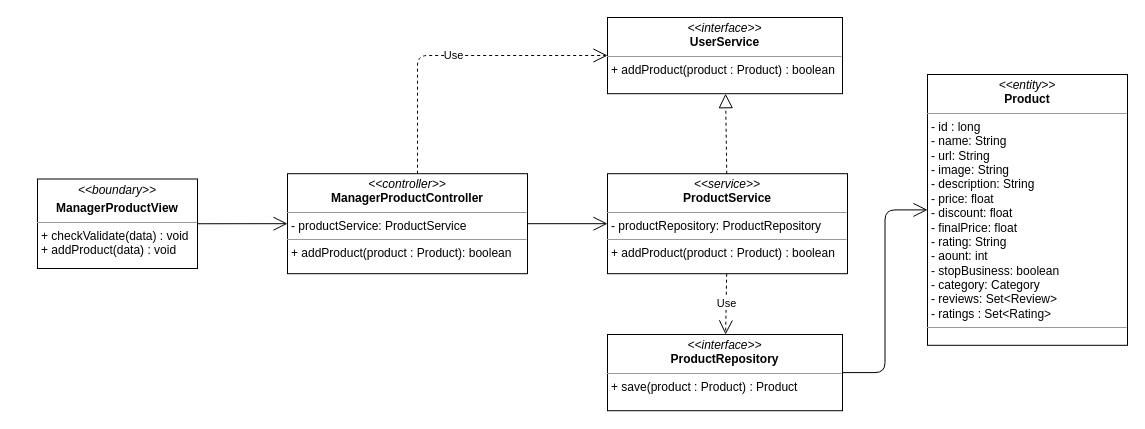
nguyenphamvan/datn_20202 keeps this draw.io diagram as class diagram/manager-add-product-class-diagram.drawio. Above is the earlier version. Source tidied: cells renumbered, new cells numbered last; positions are measured from the earlier drawing's top-left corner, leaving out a move shared by most shapes. Both pictures are drawn from the tidied source at 100%, with x=0, y=0 at pixel (37, 17).
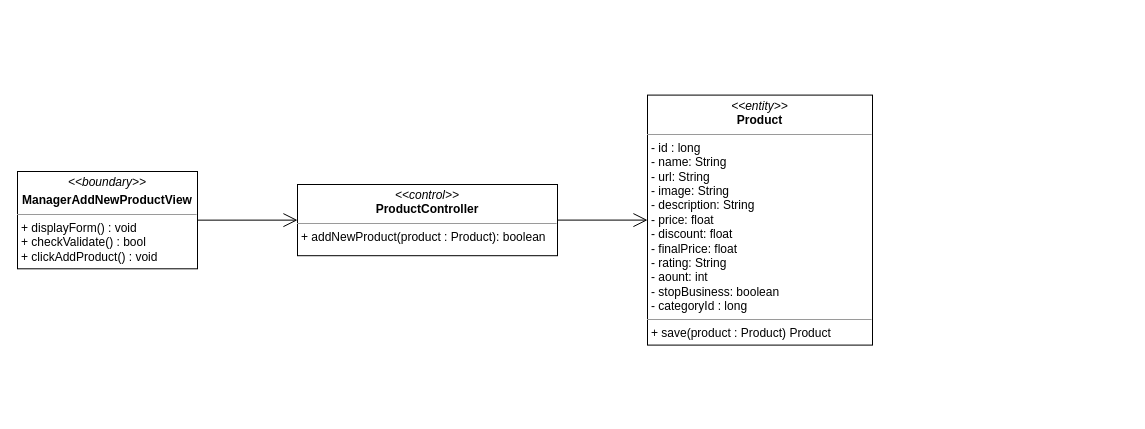
After the change.

What changed in the source:
```diff
@@
 <mxGraphModel>
   <root>
     <mxCell id="0" />
     <mxCell id="1" parent="0" />
-    <mxCell id="2" value="&lt;p style=&quot;margin: 0px ; margin-top: 4px ; text-align: center&quot;&gt;&lt;i&gt;&amp;lt;&amp;lt;boundary&amp;gt;&amp;gt;&lt;/i&gt;&lt;/p&gt;&lt;p style=&quot;margin: 0px ; margin-top: 4px ; text-align: center&quot;&gt;&lt;b&gt;ManagerProductView&lt;/b&gt;&lt;/p&gt;&lt;hr size=&quot;1&quot;&gt;&lt;p style=&quot;margin: 0px ; margin-left: 4px&quot;&gt;&lt;span&gt;+ checkValidate(data) : void&lt;/span&gt;&lt;/p&gt;&lt;p style=&quot;margin: 0px ; margin-left: 4px&quot;&gt;&lt;span&gt;+ addProduct(data) : void&lt;/span&gt;&lt;br&gt;&lt;/p&gt;" style="verticalAlign=top;align=left;overflow=fill;fontSize=12;fontFamily=Helvetica;html=1;" parent="1" vertex="1">
-      <mxGeometry y="161.5" width="160" height="89.5" as="geometry" />
-    </mxCell>
-    <mxCell id="3" style="endArrow=open;endFill=1;endSize=12;html=1;entryX=0;entryY=0.5;entryDx=0;entryDy=0;exitX=1;exitY=0.5;exitDx=0;exitDy=0;" parent="1" edge="1" source="2" target="7">
-      <mxGeometry relative="1" as="geometry" />
-    </mxCell>
-    <mxCell id="4" style="endArrow=open;endFill=1;endSize=12;html=1;exitX=1;exitY=0.5;exitDx=0;exitDy=0;edgeStyle=orthogonalEdgeStyle;" parent="1" edge="1" source="5" target="13">
-      <mxGeometry relative="1" as="geometry" />
-    </mxCell>
-    <mxCell id="5" value="&lt;p style=&quot;margin: 0px ; margin-top: 4px ; text-align: center&quot;&gt;&lt;i&gt;&amp;lt;&amp;lt;interface&amp;gt;&amp;gt;&lt;/i&gt;&lt;br&gt;&lt;b&gt;ProductRepository&lt;/b&gt;&lt;/p&gt;&lt;hr size=&quot;1&quot;&gt;&lt;p style=&quot;margin: 0px ; margin-left: 4px&quot;&gt;+ save(product : Product) : Product&lt;/p&gt;" style="verticalAlign=top;align=left;overflow=fill;fontSize=12;fontFamily=Helvetica;html=1;" parent="1" vertex="1">
-      <mxGeometry x="570" y="317" width="235" height="76.2" as="geometry" />
-    </mxCell>
-    <mxCell id="6" value="&lt;p style=&quot;margin: 0px ; margin-top: 4px ; text-align: center&quot;&gt;&lt;i&gt;&amp;lt;&amp;lt;interface&amp;gt;&amp;gt;&lt;/i&gt;&lt;br&gt;&lt;b&gt;UserService&lt;/b&gt;&lt;/p&gt;&lt;hr size=&quot;1&quot;&gt;&lt;p style=&quot;margin: 0px ; margin-left: 4px&quot;&gt;+ addProduct(product : Product) : boolean&lt;/p&gt;" style="verticalAlign=top;align=left;overflow=fill;fontSize=12;fontFamily=Helvetica;html=1;" parent="1" vertex="1">
-      <mxGeometry x="570" width="235" height="76.2" as="geometry" />
-    </mxCell>
-    <mxCell id="7" value="&lt;p style=&quot;margin: 0px ; margin-top: 4px ; text-align: center&quot;&gt;&lt;i&gt;&amp;lt;&amp;lt;controller&amp;gt;&amp;gt;&lt;/i&gt;&lt;br&gt;&lt;b&gt;ManagerProductController&lt;/b&gt;&lt;br&gt;&lt;/p&gt;&lt;hr size=&quot;1&quot;&gt;&lt;p style=&quot;margin: 0px ; margin-left: 4px&quot;&gt;- productService: ProductService&lt;br&gt;&lt;/p&gt;&lt;hr size=&quot;1&quot;&gt;&lt;p style=&quot;margin: 0px ; margin-left: 4px&quot;&gt;+ addProduct(product : Product): boolean&lt;br&gt;&lt;/p&gt;" style="verticalAlign=top;align=left;overflow=fill;fontSize=12;fontFamily=Helvetica;html=1;" parent="1" vertex="1">
-      <mxGeometry x="250" y="156.2" width="240" height="100" as="geometry" />
-    </mxCell>
-    <mxCell id="8" value="&lt;p style=&quot;margin: 0px ; margin-top: 4px ; text-align: center&quot;&gt;&lt;i&gt;&amp;lt;&amp;lt;service&amp;gt;&amp;gt;&lt;/i&gt;&lt;br&gt;&lt;b&gt;ProductService&lt;/b&gt;&lt;/p&gt;&lt;hr size=&quot;1&quot;&gt;&lt;p style=&quot;margin: 0px ; margin-left: 4px&quot;&gt;- productRepository: ProductRepository&lt;br&gt;&lt;/p&gt;&lt;hr size=&quot;1&quot;&gt;&lt;p style=&quot;margin: 0px ; margin-left: 4px&quot;&gt;+ addProduct(product : Product) : boolean&lt;br&gt;&lt;/p&gt;" style="verticalAlign=top;align=left;overflow=fill;fontSize=12;fontFamily=Helvetica;html=1;" parent="1" vertex="1">
-      <mxGeometry x="570" y="156.2" width="240" height="100" as="geometry" />
-    </mxCell>
-    <mxCell id="9" value="Use" style="endArrow=open;endSize=12;dashed=1;html=1;edgeStyle=orthogonalEdgeStyle;" parent="1" edge="1" source="7" target="6">
-      <mxGeometry relative="1" as="geometry">
-        <Array as="points">
-          <mxPoint x="380" y="38" />
-        </Array>
-      </mxGeometry>
-    </mxCell>
-    <mxCell id="10" style="endArrow=block;dashed=1;endFill=0;endSize=12;html=1;" parent="1" edge="1" source="8" target="6">
-      <mxGeometry relative="1" as="geometry" />
-    </mxCell>
-    <mxCell id="11" value="Use" style="endArrow=open;endSize=12;dashed=1;html=1;" parent="1" edge="1" source="8" target="5">
-      <mxGeometry relative="1" as="geometry" />
-    </mxCell>
-    <mxCell id="12" style="endArrow=open;endFill=1;endSize=12;html=1;" parent="1" edge="1" source="7" target="8">
-      <mxGeometry relative="1" as="geometry" />
-    </mxCell>
-    <mxCell id="13" value="&lt;p style=&quot;margin: 0px ; margin-top: 4px ; text-align: center&quot;&gt;&lt;i&gt;&amp;lt;&amp;lt;entity&amp;gt;&amp;gt;&lt;/i&gt;&lt;br&gt;&lt;b&gt;Product&lt;/b&gt;&lt;/p&gt;&lt;hr size=&quot;1&quot;&gt;&lt;p style=&quot;margin: 0px ; margin-left: 4px&quot;&gt;- id : long&lt;/p&gt;&lt;p style=&quot;margin: 0px ; margin-left: 4px&quot;&gt;- name: String&lt;br&gt;- url: String&lt;/p&gt;&lt;p style=&quot;margin: 0px ; margin-left: 4px&quot;&gt;- image: String&lt;/p&gt;&lt;p style=&quot;margin: 0px ; margin-left: 4px&quot;&gt;- description: String&lt;/p&gt;&lt;p style=&quot;margin: 0px ; margin-left: 4px&quot;&gt;- price: float&lt;/p&gt;&lt;p style=&quot;margin: 0px ; margin-left: 4px&quot;&gt;- discount: float&lt;/p&gt;&lt;p style=&quot;margin: 0px ; margin-left: 4px&quot;&gt;- finalPrice: float&lt;/p&gt;&lt;p style=&quot;margin: 0px ; margin-left: 4px&quot;&gt;- rating: String&lt;/p&gt;&lt;p style=&quot;margin: 0px ; margin-left: 4px&quot;&gt;- aount: int&lt;/p&gt;&lt;p style=&quot;margin: 0px ; margin-left: 4px&quot;&gt;- stopBusiness: boolean&lt;/p&gt;&lt;p style=&quot;margin: 0px ; margin-left: 4px&quot;&gt;- category: Category&lt;/p&gt;&lt;p style=&quot;margin: 0px ; margin-left: 4px&quot;&gt;- reviews: Set&amp;lt;Review&amp;gt;&lt;/p&gt;&lt;p style=&quot;margin: 0px ; margin-left: 4px&quot;&gt;- ratings : Set&amp;lt;Rating&amp;gt;&lt;/p&gt;&lt;hr size=&quot;1&quot;&gt;&lt;p style=&quot;margin: 0px ; margin-left: 4px&quot;&gt;&lt;br&gt;&lt;/p&gt;" style="verticalAlign=top;align=left;overflow=fill;fontSize=12;fontFamily=Helvetica;html=1;" parent="1" vertex="1">
-      <mxGeometry x="890" y="57" width="200" height="270.8" as="geometry" />
-    </mxCell>
+    <mxCell id="14" value="&lt;p style=&quot;margin: 0px ; margin-top: 4px ; text-align: center&quot;&gt;&lt;i&gt;&amp;lt;&amp;lt;boundary&amp;gt;&amp;gt;&lt;/i&gt;&lt;/p&gt;&lt;p style=&quot;margin: 0px ; margin-top: 4px ; text-align: center&quot;&gt;&lt;b&gt;ManagerAddNewProductView&lt;/b&gt;&lt;/p&gt;&lt;hr size=&quot;1&quot;&gt;&lt;p style=&quot;margin: 0px ; margin-left: 4px&quot;&gt;&lt;span&gt;+ displayForm() : void&lt;/span&gt;&lt;br&gt;&lt;/p&gt;&lt;p style=&quot;margin: 0px ; margin-left: 4px&quot;&gt;&lt;span&gt;+ checkValidate() : bool&lt;/span&gt;&lt;/p&gt;&lt;p style=&quot;margin: 0px ; margin-left: 4px&quot;&gt;&lt;span&gt;+ clickAddProduct() : void&lt;/span&gt;&lt;/p&gt;" style="verticalAlign=top;align=left;overflow=fill;fontSize=12;fontFamily=Helvetica;html=1;" parent="1" vertex="1">
+      <mxGeometry x="-20" y="154" width="180" height="97.3" as="geometry" />
+    </mxCell>
+    <mxCell id="15" style="endArrow=open;endFill=1;endSize=12;html=1;exitX=1;exitY=0.5;exitDx=0;exitDy=0;" parent="1" edge="1" source="14" target="16">
+      <mxGeometry relative="1" as="geometry" />
+    </mxCell>
+    <mxCell id="16" value="&lt;p style=&quot;margin: 0px ; margin-top: 4px ; text-align: center&quot;&gt;&lt;i&gt;&amp;lt;&amp;lt;control&amp;gt;&amp;gt;&lt;/i&gt;&lt;br&gt;&lt;b&gt;ProductController&lt;/b&gt;&lt;/p&gt;&lt;hr size=&quot;1&quot;&gt;&lt;p style=&quot;margin: 0px ; margin-left: 4px&quot;&gt;+ addNewProduct(product : Product): boolean&lt;br&gt;&lt;/p&gt;" style="verticalAlign=top;align=left;overflow=fill;fontSize=12;fontFamily=Helvetica;html=1;" parent="1" vertex="1">
+      <mxGeometry x="260" y="167" width="260" height="71.2" as="geometry" />
+    </mxCell>
+    <mxCell id="17" value="&lt;p style=&quot;margin: 0px ; margin-top: 4px ; text-align: center&quot;&gt;&lt;i&gt;&amp;lt;&amp;lt;entity&amp;gt;&amp;gt;&lt;/i&gt;&lt;br&gt;&lt;b&gt;Product&lt;/b&gt;&lt;/p&gt;&lt;hr size=&quot;1&quot;&gt;&lt;p style=&quot;margin: 0px ; margin-left: 4px&quot;&gt;- id : long&lt;/p&gt;&lt;p style=&quot;margin: 0px ; margin-left: 4px&quot;&gt;- name: String&lt;br&gt;- url: String&lt;/p&gt;&lt;p style=&quot;margin: 0px ; margin-left: 4px&quot;&gt;- image: String&lt;/p&gt;&lt;p style=&quot;margin: 0px ; margin-left: 4px&quot;&gt;- description: String&lt;/p&gt;&lt;p style=&quot;margin: 0px ; margin-left: 4px&quot;&gt;- price: float&lt;/p&gt;&lt;p style=&quot;margin: 0px ; margin-left: 4px&quot;&gt;- discount: float&lt;/p&gt;&lt;p style=&quot;margin: 0px ; margin-left: 4px&quot;&gt;- finalPrice: float&lt;/p&gt;&lt;p style=&quot;margin: 0px ; margin-left: 4px&quot;&gt;- rating: String&lt;/p&gt;&lt;p style=&quot;margin: 0px ; margin-left: 4px&quot;&gt;- aount: int&lt;/p&gt;&lt;p style=&quot;margin: 0px ; margin-left: 4px&quot;&gt;- stopBusiness: boolean&lt;/p&gt;&lt;p style=&quot;margin: 0px ; margin-left: 4px&quot;&gt;- categoryId : long&lt;/p&gt;&lt;hr size=&quot;1&quot;&gt;&lt;p style=&quot;margin: 0px ; margin-left: 4px&quot;&gt;+ save(product : Product) Product&lt;/p&gt;" style="verticalAlign=top;align=left;overflow=fill;fontSize=12;fontFamily=Helvetica;html=1;" parent="1" vertex="1">
+      <mxGeometry x="610" y="77.6" width="225" height="250" as="geometry" />
+    </mxCell>
+    <mxCell id="18" style="endArrow=open;endFill=1;endSize=12;html=1;" parent="1" edge="1" source="16" target="17">
+      <mxGeometry relative="1" as="geometry" />
+    </mxCell>
   </root>
 </mxGraphModel>
```
